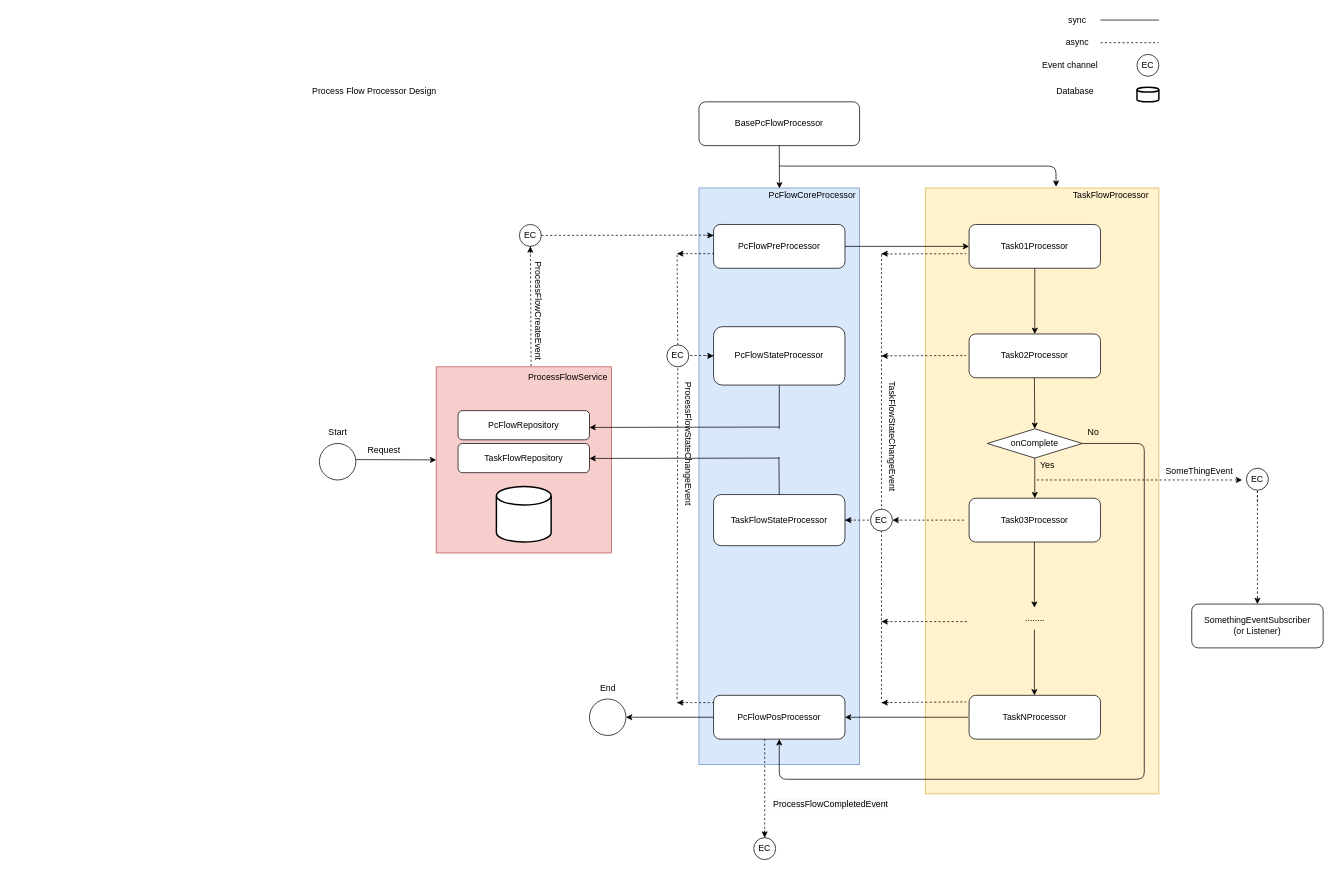
Earlier version of the draw.io diagram PcFlowProcessor.drawio (ndhcoder/my-configs). Source tidied: cells renumbered, new cells numbered last; positions are measured from the earlier drawing's top-left corner, leaving out a move shared by most shapes. Both pictures are drawn from the tidied source at 73%, with x=0, y=0 at pixel (304, 12).
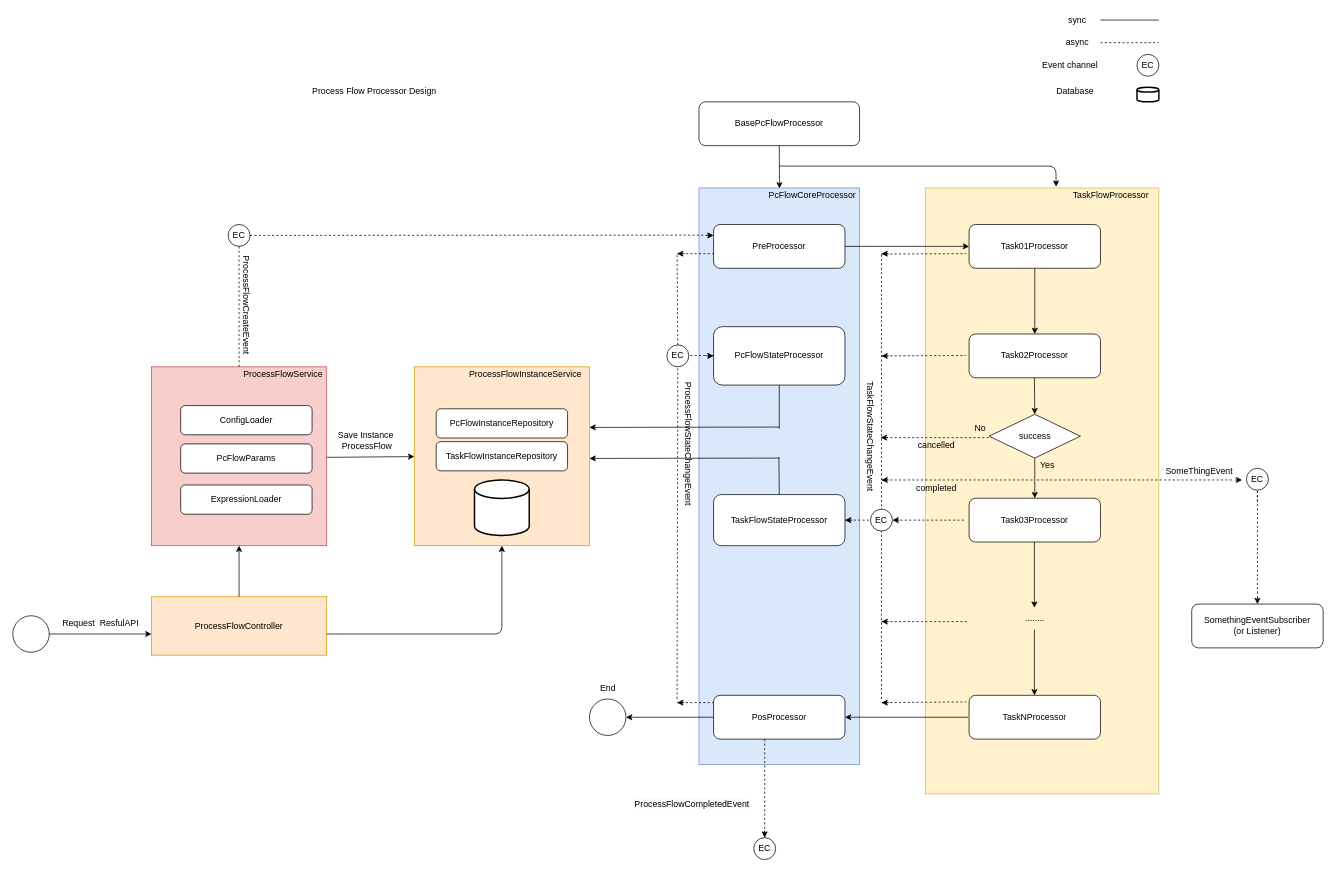
Above is the later version.

Diff of the diagram source:
```diff
@@
+    <mxCell id="96" style="rounded=0;whiteSpace=wrap;html=1;fillColor=#ffe6cc;strokeColor=#d79b00;" parent="1" vertex="1">
+      <mxGeometry x="150" y="485" width="240" height="245" as="geometry" />
+    </mxCell>
     <mxCell id="2" style="rounded=0;whiteSpace=wrap;html=1;fillColor=#f8cecc;strokeColor=#b85450;" parent="1" vertex="1">
-      <mxGeometry x="180" y="485" width="240" height="255" as="geometry" />
+      <mxGeometry x="-210" y="485" width="240" height="245" as="geometry" />
     </mxCell>
@@
-    <mxCell id="7" value="PcFlowPreProcessor" style="rounded=1;whiteSpace=wrap;html=1;" parent="1" vertex="1">
+    <mxCell id="7" value="PreProcessor" style="rounded=1;whiteSpace=wrap;html=1;" parent="1" vertex="1">
       <mxGeometry x="560" y="290" width="180" height="60" as="geometry" />
     </mxCell>
@@
-    <mxCell id="18" value="PcFlowPosProcessor" style="rounded=1;whiteSpace=wrap;html=1;" parent="1" vertex="1">
+    <mxCell id="18" value="PosProcessor" style="rounded=1;whiteSpace=wrap;html=1;" parent="1" vertex="1">
       <mxGeometry x="560" y="935" width="180" height="60" as="geometry" />
     </mxCell>
@@
-    <mxCell id="20" style="ellipse;whiteSpace=wrap;html=1;" parent="1" vertex="1">
-      <mxGeometry x="20" y="590" width="50" height="50" as="geometry" />
-    </mxCell>
@@
-    <mxCell id="22" style="endArrow=classic;html=1;entryX=0;entryY=0.5;entryDx=0;entryDy=0;" parent="1" edge="1" target="2">
-      <mxGeometry relative="1" as="geometry">
-        <mxPoint x="70" y="612.1" as="sourcePoint" />
-      </mxGeometry>
-    </mxCell>
@@
-    <mxCell id="24" value="Start" style="text;html=1;align=center;verticalAlign=middle;" parent="1" vertex="1">
-      <mxGeometry x="25" y="565" width="40" height="20" as="geometry" />
-    </mxCell>
@@
-    <mxCell id="50" value="onComplete" style="rhombus;whiteSpace=wrap;html=1;" parent="1" vertex="1">
-      <mxGeometry x="935" y="570" width="130" height="40" as="geometry" />
+    <mxCell id="50" value="success" style="rhombus;whiteSpace=wrap;html=1;" parent="1" vertex="1">
+      <mxGeometry x="937.5" y="550" width="125" height="60" as="geometry" />
     </mxCell>
@@
-    <mxCell id="53" style="endArrow=classic;html=1;exitX=0.5;exitY=1;exitDx=0;exitDy=0;entryX=0.5;entryY=1;entryDx=0;entryDy=0;" parent="1" edge="1" target="18">
-      <mxGeometry relative="1" as="geometry">
-        <mxPoint x="1065" y="590" as="sourcePoint" />
-        <Array as="points">
-          <mxPoint x="1150" y="590" />
-          <mxPoint x="1150" y="1050" />
-          <mxPoint x="650" y="1050" />
-        </Array>
-      </mxGeometry>
-    </mxCell>
     <mxCell id="54" value="No" style="text;html=1;align=center;verticalAlign=middle;points=[];" parent="1" vertex="1">
-      <mxGeometry x="1065" y="565" width="30" height="20" as="geometry" />
+      <mxGeometry x="910" y="560" width="30" height="20" as="geometry" />
     </mxCell>
     <mxCell id="55" value="TaskFlowStateChangeEvent" style="text;html=1;align=center;verticalAlign=middle;points=[];rotation=90;" parent="1" vertex="1">
-      <mxGeometry x="720" y="570" width="170" height="20" as="geometry" />
+      <mxGeometry x="690" y="570" width="170" height="20" as="geometry" />
     </mxCell>
@@
     <mxCell id="72" value="&lt;span style=&quot;color: rgb(0, 0, 0); font-family: helvetica; font-size: 12px; font-style: normal; font-weight: 400; letter-spacing: normal; text-align: center; text-indent: 0px; text-transform: none; word-spacing: 0px; background-color: rgb(248, 249, 250); display: inline; float: none;&quot;&gt;ProcessFlowCompletedEvent&lt;/span&gt;" style="text;whiteSpace=wrap;html=1;" parent="1" vertex="1">
-      <mxGeometry x="640" y="1070" width="180" height="30" as="geometry" />
+      <mxGeometry x="450" y="1070" width="180" height="30" as="geometry" />
     </mxCell>
@@
-    <mxCell id="78" value="PcFlowRepository" style="rounded=1;whiteSpace=wrap;html=1;" parent="1" vertex="1">
-      <mxGeometry x="210" y="545" width="180" height="40" as="geometry" />
+    <mxCell id="78" value="PcFlowInstanceRepository" style="rounded=1;whiteSpace=wrap;html=1;" parent="1" vertex="1">
+      <mxGeometry x="180" y="542.5" width="180" height="40" as="geometry" />
     </mxCell>
-    <mxCell id="79" value="TaskFlowRepository" style="rounded=1;whiteSpace=wrap;html=1;" parent="1" vertex="1">
-      <mxGeometry x="210" y="590" width="180" height="40" as="geometry" />
+    <mxCell id="79" value="TaskFlowInstanceRepository" style="rounded=1;whiteSpace=wrap;html=1;" parent="1" vertex="1">
+      <mxGeometry x="180" y="587.5" width="180" height="40" as="geometry" />
     </mxCell>
     <mxCell id="80" style="strokeWidth=2;html=1;shape=mxgraph.flowchart.database;whiteSpace=wrap;" parent="1" vertex="1">
-      <mxGeometry x="262.5" y="649" width="75" height="76" as="geometry" />
+      <mxGeometry x="232.5" y="640" width="75" height="76" as="geometry" />
     </mxCell>
@@
     <mxCell id="83" value="ProcessFlowService" style="text;html=1;align=center;verticalAlign=middle;" parent="1" vertex="1">
-      <mxGeometry x="300" y="490" width="120" height="20" as="geometry" />
+      <mxGeometry x="-90" y="485" width="120" height="20" as="geometry" />
     </mxCell>
@@
-    <mxCell id="86" value="Request&amp;nbsp;" style="text;html=1;align=center;verticalAlign=middle;" parent="1" vertex="1">
-      <mxGeometry x="80" y="590" width="60" height="20" as="geometry" />
-    </mxCell>
     <mxCell id="87" value="EC" style="ellipse;whiteSpace=wrap;html=1;" parent="1" vertex="1">
-      <mxGeometry x="294" y="290" width="30" height="30" as="geometry" />
+      <mxGeometry x="-105" y="290" width="30" height="30" as="geometry" />
     </mxCell>
-    <mxCell id="88" style="endArrow=none;dashed=1;html=1;" parent="1" edge="1" target="87">
-      <mxGeometry relative="1" as="geometry">
-        <mxPoint x="310" y="484.2" as="sourcePoint" />
-      </mxGeometry>
+    <mxCell id="88" style="endArrow=none;dashed=1;html=1;" parent="1" edge="1" source="2" target="87">
+      <mxGeometry relative="1" as="geometry" />
     </mxCell>
-    <mxCell id="89" style="endArrow=classic;html=1;entryX=0.5;entryY=1;entryDx=0;entryDy=0;" parent="1" edge="1" target="87">
-      <mxGeometry relative="1" as="geometry">
-        <mxPoint x="309" y="330" as="sourcePoint" />
-      </mxGeometry>
-    </mxCell>
     <mxCell id="90" value="ProcessFlowCreateEvent" style="text;html=1;align=center;verticalAlign=middle;rotation=90;" parent="1" vertex="1">
-      <mxGeometry x="245" y="398" width="150" height="20" as="geometry" />
+      <mxGeometry x="-155" y="390" width="150" height="20" as="geometry" />
     </mxCell>
@@
+    <mxCell id="97" value="ProcessFlowInstanceService" style="text;html=1;align=center;verticalAlign=middle;" parent="1" vertex="1">
+      <mxGeometry x="217" y="485" width="170" height="20" as="geometry" />
+    </mxCell>
+    <mxCell id="98" value="ConfigLoader" style="rounded=1;whiteSpace=wrap;html=1;" parent="1" vertex="1">
+      <mxGeometry x="-170" y="538.1" width="180" height="40" as="geometry" />
+    </mxCell>
+    <mxCell id="99" value="PcFlowParams" style="rounded=1;whiteSpace=wrap;html=1;" parent="1" vertex="1">
+      <mxGeometry x="-170" y="590.6" width="180" height="40" as="geometry" />
+    </mxCell>
+    <mxCell id="100" style="endArrow=classic;html=1;exitX=1;exitY=0.5;exitDx=0;exitDy=0;" parent="1" edge="1">
+      <mxGeometry relative="1" as="geometry">
+        <mxPoint x="30" y="609" as="sourcePoint" />
+        <mxPoint x="150" y="608" as="targetPoint" />
+      </mxGeometry>
+    </mxCell>
+    <mxCell id="101" value="Save Instance&amp;nbsp;&lt;br&gt;ProcessFlow" style="text;html=1;align=center;verticalAlign=middle;" parent="1" vertex="1">
+      <mxGeometry x="40" y="571.2" width="90" height="30" as="geometry" />
+    </mxCell>
+    <mxCell id="102" value="ExpressionLoader" style="rounded=1;whiteSpace=wrap;html=1;" parent="1" vertex="1">
+      <mxGeometry x="-170" y="646.9" width="180" height="40" as="geometry" />
+    </mxCell>
+    <mxCell id="103" value="ProcessFlowController" style="rounded=0;whiteSpace=wrap;html=1;fillColor=#ffe6cc;strokeColor=#d79b00;" parent="1" vertex="1">
+      <mxGeometry x="-210" y="800" width="240" height="80" as="geometry" />
+    </mxCell>
+    <mxCell id="104" style="ellipse;whiteSpace=wrap;html=1;" parent="1" vertex="1">
+      <mxGeometry x="-400" y="826" width="50" height="50" as="geometry" />
+    </mxCell>
+    <mxCell id="105" style="endArrow=classic;html=1;entryX=0;entryY=0.5;entryDx=0;entryDy=0;exitX=1;exitY=0.5;exitDx=0;exitDy=0;" parent="1" edge="1" source="104">
+      <mxGeometry relative="1" as="geometry">
+        <mxPoint x="-210" y="851" as="targetPoint" />
+      </mxGeometry>
+    </mxCell>
+    <mxCell id="106" value="Request&amp;nbsp; ResfulAPI" style="text;html=1;align=center;verticalAlign=middle;" parent="1" vertex="1">
+      <mxGeometry x="-340" y="826" width="120" height="20" as="geometry" />
+    </mxCell>
+    <mxCell id="107" style="endArrow=classic;html=1;exitX=1;exitY=0.5;exitDx=0;exitDy=0;entryX=0.5;entryY=1;entryDx=0;entryDy=0;" parent="1" edge="1" target="96">
+      <mxGeometry relative="1" as="geometry">
+        <mxPoint x="30" y="851" as="sourcePoint" />
+        <Array as="points">
+          <mxPoint x="270" y="851" />
+        </Array>
+      </mxGeometry>
+    </mxCell>
+    <mxCell id="108" style="endArrow=classic;html=1;entryX=0.5;entryY=1;entryDx=0;entryDy=0;" parent="1" edge="1" target="2">
+      <mxGeometry relative="1" as="geometry">
+        <mxPoint x="-90" y="800" as="sourcePoint" />
+      </mxGeometry>
+    </mxCell>
+    <mxCell id="109" value="cancelled" style="text;html=1;align=center;verticalAlign=middle;strokeColor=none;" parent="1" vertex="1">
+      <mxGeometry x="830" y="582.5" width="70" height="20" as="geometry" />
+    </mxCell>
+    <mxCell id="110" style="endArrow=none;dashed=1;html=1;entryX=1.033;entryY=1.1;entryDx=0;entryDy=0;entryPerimeter=0;" parent="1" edge="1" target="54">
+      <mxGeometry relative="1" as="geometry">
+        <mxPoint x="790" y="582" as="sourcePoint" />
+      </mxGeometry>
+    </mxCell>
+    <mxCell id="111" style="endArrow=classic;html=1;" parent="1" edge="1">
+      <mxGeometry relative="1" as="geometry">
+        <mxPoint x="799" y="582" as="sourcePoint" />
+        <mxPoint x="789" y="582" as="targetPoint" />
+      </mxGeometry>
+    </mxCell>
+    <mxCell id="112" style="endArrow=none;dashed=1;html=1;entryX=1.033;entryY=1.1;entryDx=0;entryDy=0;entryPerimeter=0;exitX=0.853;exitY=-0.25;exitDx=0;exitDy=0;exitPerimeter=0;" parent="1" edge="1" source="55">
+      <mxGeometry relative="1" as="geometry">
+        <mxPoint x="1000.5" y="640" as="targetPoint" />
+      </mxGeometry>
+    </mxCell>
+    <mxCell id="113" style="endArrow=classic;html=1;" parent="1" edge="1">
+      <mxGeometry relative="1" as="geometry">
+        <mxPoint x="800" y="640" as="sourcePoint" />
+        <mxPoint x="790" y="640" as="targetPoint" />
+      </mxGeometry>
+    </mxCell>
+    <mxCell id="114" value="completed" style="text;html=1;align=center;verticalAlign=middle;strokeColor=none;" parent="1" vertex="1">
+      <mxGeometry x="830" y="641" width="70" height="20" as="geometry" />
+    </mxCell>
```
